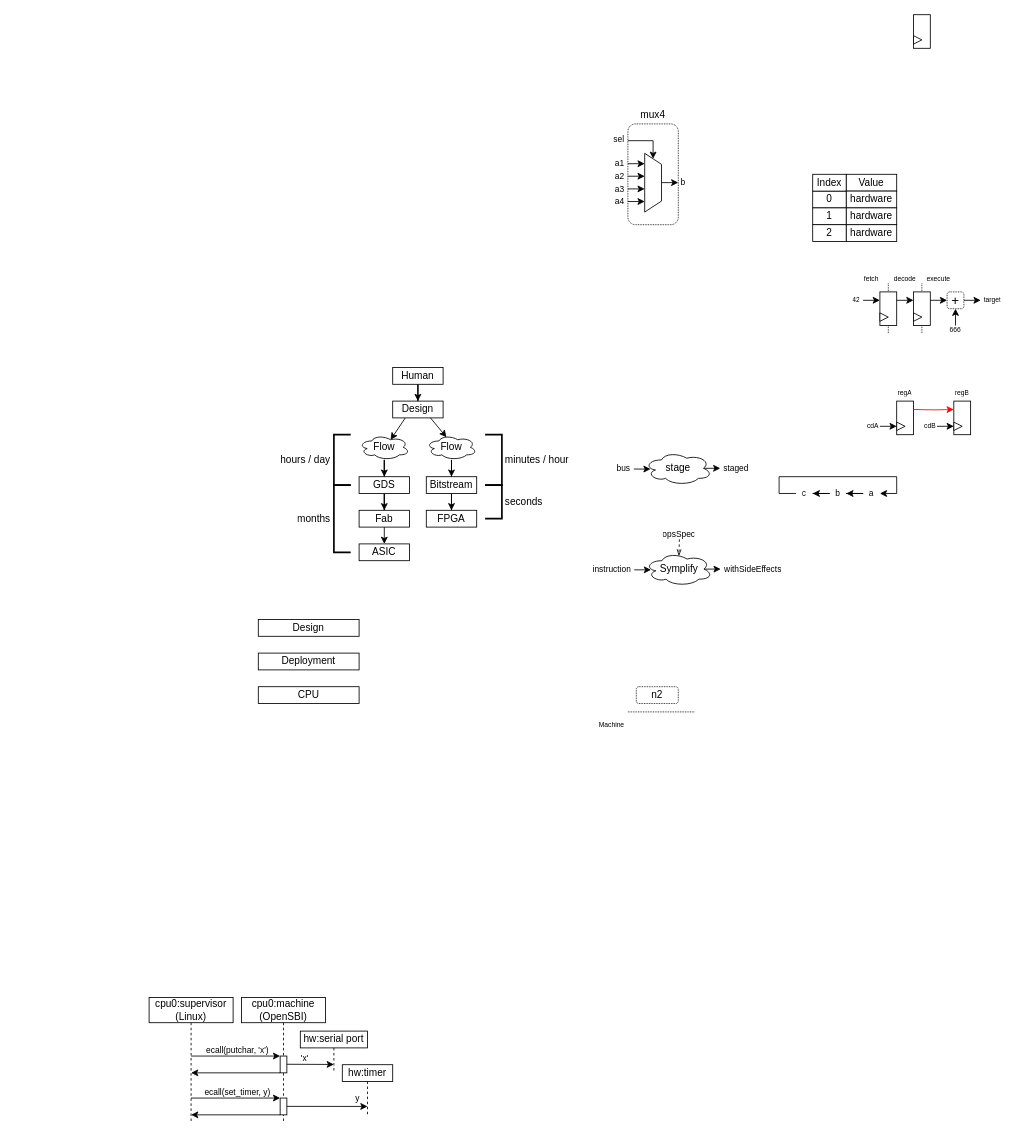
This is page "Page-4" (4 of 4) of asset/diagram.drawio from SpinalHDL/SpinalDoc, a draw.io file, before an edit. Source tidied: cells renumbered, new cells numbered last; positions are measured from the earlier drawing's top-left corner, leaving out a move shared by most shapes. Both pictures are drawn from the tidied source at 84%, with x=0, y=0 at pixel (149, 14).
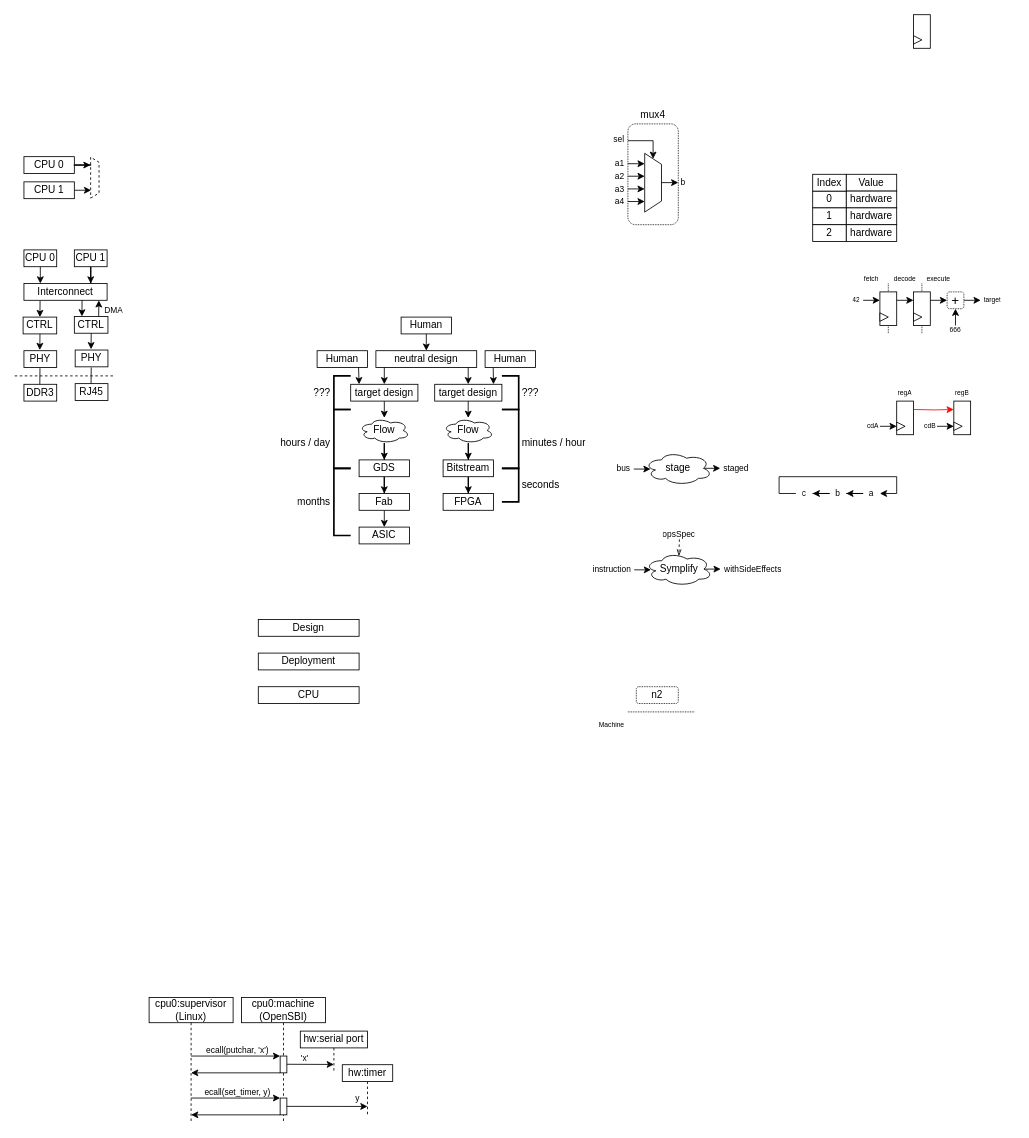
Above is the later version.

The edit, as a diff of the source:
```diff
@@
     <mxCell id="5" value="hours / day" style="text;strokeColor=none;fillColor=none;align=right;verticalAlign=middle;spacingLeft=4;spacingRight=4;overflow=hidden;dashed=1;html=1;fontSize=12;spacing=0;" parent="1" vertex="1">
-      <mxGeometry x="140" y="520" width="80" height="20" as="geometry" />
+      <mxGeometry x="140" y="500" width="80" height="20" as="geometry" />
     </mxCell>
@@
-    <mxCell id="68" style="rounded=0;jettySize=auto;html=1;entryX=0.625;entryY=0.2;entryDx=0;entryDy=0;entryPerimeter=0;exitX=0.25;exitY=1;exitDx=0;exitDy=0;" parent="1" edge="1" source="69" target="77">
-      <mxGeometry relative="1" as="geometry" />
-    </mxCell>
-    <mxCell id="69" value="&lt;font style=&quot;font-size: 12px&quot;&gt;Design&lt;/font&gt;" style="rounded=0;whiteSpace=wrap;html=1;fontSize=8;" parent="1" vertex="1">
-      <mxGeometry x="290" y="460" width="60" height="20" as="geometry" />
-    </mxCell>
-    <mxCell id="70" style="edgeStyle=orthogonalEdgeStyle;rounded=0;jettySize=auto;html=1;entryX=0.5;entryY=0;entryDx=0;entryDy=0;" parent="1" edge="1" source="71" target="69">
-      <mxGeometry relative="1" as="geometry" />
-    </mxCell>
-    <mxCell id="71" value="&lt;font style=&quot;font-size: 12px&quot;&gt;Human&lt;/font&gt;" style="rounded=0;whiteSpace=wrap;html=1;fontSize=8;" parent="1" vertex="1">
-      <mxGeometry x="290" y="420" width="60" height="20" as="geometry" />
-    </mxCell>
@@
     <mxCell id="73" value="&lt;font style=&quot;font-size: 12px&quot;&gt;GDS&lt;/font&gt;" style="rounded=0;whiteSpace=wrap;html=1;fontSize=8;" parent="1" vertex="1">
-      <mxGeometry x="250" y="550" width="60" height="20" as="geometry" />
+      <mxGeometry x="250" y="530" width="60" height="20" as="geometry" />
     </mxCell>
@@
     <mxCell id="75" value="&lt;font style=&quot;font-size: 12px&quot;&gt;Bitstream&lt;/font&gt;" style="rounded=0;whiteSpace=wrap;html=1;fontSize=8;" parent="1" vertex="1">
-      <mxGeometry x="330" y="550" width="60" height="20" as="geometry" />
+      <mxGeometry x="350" y="530" width="60" height="20" as="geometry" />
     </mxCell>
@@
     <mxCell id="77" value="Flow" style="ellipse;shape=cloud;whiteSpace=wrap;html=1;" parent="1" vertex="1">
-      <mxGeometry x="250" y="500" width="60" height="30" as="geometry" />
+      <mxGeometry x="250" y="480" width="60" height="30" as="geometry" />
     </mxCell>
@@
     <mxCell id="79" value="Flow" style="ellipse;shape=cloud;whiteSpace=wrap;html=1;" parent="1" vertex="1">
-      <mxGeometry x="330" y="500" width="60" height="30" as="geometry" />
+      <mxGeometry x="350" y="480" width="60" height="30" as="geometry" />
     </mxCell>
-    <mxCell id="80" style="rounded=0;jettySize=auto;html=1;entryX=0.4;entryY=0.1;entryDx=0;entryDy=0;entryPerimeter=0;exitX=0.75;exitY=1;exitDx=0;exitDy=0;" parent="1" edge="1" source="69" target="79">
-      <mxGeometry relative="1" as="geometry" />
-    </mxCell>
     <mxCell id="81" style="edgeStyle=orthogonalEdgeStyle;rounded=0;jettySize=auto;html=1;" parent="1" edge="1" source="82">
       <mxGeometry relative="1" as="geometry">
-        <mxPoint x="280" y="630" as="targetPoint" />
+        <mxPoint x="280" y="610" as="targetPoint" />
       </mxGeometry>
     </mxCell>
     <mxCell id="82" value="&lt;font style=&quot;font-size: 12px&quot;&gt;Fab&lt;/font&gt;" style="rounded=0;whiteSpace=wrap;html=1;fontSize=8;" parent="1" vertex="1">
-      <mxGeometry x="250" y="590" width="60" height="20" as="geometry" />
+      <mxGeometry x="250" y="570" width="60" height="20" as="geometry" />
     </mxCell>
     <mxCell id="83" value="&lt;font style=&quot;font-size: 12px&quot;&gt;ASIC&lt;/font&gt;" style="rounded=0;whiteSpace=wrap;html=1;fontSize=8;" parent="1" vertex="1">
-      <mxGeometry x="250" y="630" width="60" height="20" as="geometry" />
+      <mxGeometry x="250" y="610" width="60" height="20" as="geometry" />
     </mxCell>
     <mxCell id="84" value="&lt;font style=&quot;font-size: 12px&quot;&gt;FPGA&lt;/font&gt;" style="rounded=0;whiteSpace=wrap;html=1;fontSize=8;" parent="1" vertex="1">
-      <mxGeometry x="330" y="590" width="60" height="20" as="geometry" />
+      <mxGeometry x="350" y="570" width="60" height="20" as="geometry" />
     </mxCell>
     <mxCell id="85" style="strokeWidth=2;html=1;shape=mxgraph.flowchart.annotation_1;align=left;" parent="1" vertex="1">
-      <mxGeometry x="220" y="500" width="20" height="60" as="geometry" />
+      <mxGeometry x="220" y="470" width="20" height="70" as="geometry" />
     </mxCell>
     <mxCell id="86" style="strokeWidth=2;html=1;shape=mxgraph.flowchart.annotation_1;align=left;" parent="1" vertex="1">
-      <mxGeometry x="220" y="560" width="20" height="80" as="geometry" />
+      <mxGeometry x="220" y="540" width="20" height="80" as="geometry" />
     </mxCell>
     <mxCell id="87" value="months" style="text;strokeColor=none;fillColor=none;align=right;verticalAlign=middle;spacingLeft=4;spacingRight=4;overflow=hidden;dashed=1;html=1;fontSize=12;spacing=0;" parent="1" vertex="1">
-      <mxGeometry x="140" y="590" width="80" height="20" as="geometry" />
+      <mxGeometry x="140" y="570" width="80" height="20" as="geometry" />
     </mxCell>
     <mxCell id="88" style="strokeWidth=2;html=1;shape=mxgraph.flowchart.annotation_1;align=left;rotation=-180;" parent="1" vertex="1">
-      <mxGeometry x="400" y="500" width="20" height="60" as="geometry" />
+      <mxGeometry x="420" y="470" width="20" height="70" as="geometry" />
     </mxCell>
     <mxCell id="89" value="minutes / hour" style="text;strokeColor=none;fillColor=none;align=left;verticalAlign=middle;spacingLeft=4;spacingRight=4;overflow=hidden;dashed=1;html=1;fontSize=12;spacing=0;" parent="1" vertex="1">
-      <mxGeometry x="420" y="520" width="90" height="20" as="geometry" />
+      <mxGeometry x="440" y="500" width="90" height="20" as="geometry" />
     </mxCell>
     <mxCell id="90" style="strokeWidth=2;html=1;shape=mxgraph.flowchart.annotation_1;align=left;rotation=-180;" parent="1" vertex="1">
-      <mxGeometry x="400" y="560" width="20" height="40" as="geometry" />
+      <mxGeometry x="420" y="540" width="20" height="40" as="geometry" />
     </mxCell>
     <mxCell id="91" value="seconds" style="text;strokeColor=none;fillColor=none;align=left;verticalAlign=middle;spacingLeft=4;spacingRight=4;overflow=hidden;dashed=1;html=1;fontSize=12;spacing=0;" parent="1" vertex="1">
-      <mxGeometry x="420" y="570" width="90" height="20" as="geometry" />
+      <mxGeometry x="440" y="550" width="90" height="20" as="geometry" />
     </mxCell>
@@
+    <mxCell id="126" value="&lt;font style=&quot;font-size: 12px&quot;&gt;neutral design&lt;/font&gt;" style="rounded=0;whiteSpace=wrap;html=1;fontSize=8;" parent="1" vertex="1">
+      <mxGeometry x="270" y="400" width="120" height="20" as="geometry" />
+    </mxCell>
+    <mxCell id="127" style="edgeStyle=orthogonalEdgeStyle;rounded=0;jettySize=auto;html=1;entryX=0.5;entryY=0;entryDx=0;entryDy=0;" parent="1" edge="1" target="126">
+      <mxGeometry relative="1" as="geometry">
+        <mxPoint x="330" y="380" as="sourcePoint" />
+      </mxGeometry>
+    </mxCell>
+    <mxCell id="128" style="edgeStyle=orthogonalEdgeStyle;rounded=0;jettySize=auto;html=1;" parent="1" edge="1" source="129">
+      <mxGeometry relative="1" as="geometry">
+        <mxPoint x="280" y="480" as="targetPoint" />
+      </mxGeometry>
+    </mxCell>
+    <mxCell id="129" value="&lt;span style=&quot;font-size: 12px;&quot;&gt;target design&lt;/span&gt;" style="rounded=0;whiteSpace=wrap;html=1;fontSize=8;" parent="1" vertex="1">
+      <mxGeometry x="240" y="440" width="80" height="20" as="geometry" />
+    </mxCell>
+    <mxCell id="130" value="&lt;span style=&quot;font-size: 12px;&quot;&gt;target design&lt;/span&gt;" style="rounded=0;whiteSpace=wrap;html=1;fontSize=8;" parent="1" vertex="1">
+      <mxGeometry x="340" y="440" width="80" height="20" as="geometry" />
+    </mxCell>
+    <mxCell id="131" style="edgeStyle=orthogonalEdgeStyle;rounded=0;orthogonalLoop=1;jettySize=auto;html=1;" parent="1" edge="1">
+      <mxGeometry relative="1" as="geometry">
+        <mxPoint x="379.9" y="460" as="sourcePoint" />
+        <mxPoint x="379.9" y="480" as="targetPoint" />
+      </mxGeometry>
+    </mxCell>
+    <mxCell id="132" style="edgeStyle=orthogonalEdgeStyle;rounded=0;orthogonalLoop=1;jettySize=auto;html=1;" parent="1" edge="1">
+      <mxGeometry relative="1" as="geometry">
+        <mxPoint x="280" y="420" as="sourcePoint" />
+        <mxPoint x="280" y="440" as="targetPoint" />
+      </mxGeometry>
+    </mxCell>
+    <mxCell id="133" style="edgeStyle=orthogonalEdgeStyle;rounded=0;orthogonalLoop=1;jettySize=auto;html=1;" parent="1" edge="1">
+      <mxGeometry relative="1" as="geometry">
+        <mxPoint x="379.9" y="420" as="sourcePoint" />
+        <mxPoint x="379.9" y="440" as="targetPoint" />
+      </mxGeometry>
+    </mxCell>
+    <mxCell id="134" value="???" style="text;strokeColor=none;fillColor=none;align=right;verticalAlign=middle;spacingLeft=4;spacingRight=4;overflow=hidden;dashed=1;html=1;fontSize=12;spacing=0;" parent="1" vertex="1">
+      <mxGeometry x="140" y="440" width="80" height="20" as="geometry" />
+    </mxCell>
+    <mxCell id="135" style="strokeWidth=2;html=1;shape=mxgraph.flowchart.annotation_1;align=left;" parent="1" vertex="1">
+      <mxGeometry x="220" y="430" width="20" height="40" as="geometry" />
+    </mxCell>
+    <mxCell id="136" style="strokeWidth=2;html=1;shape=mxgraph.flowchart.annotation_1;align=left;rotation=-180;" parent="1" vertex="1">
+      <mxGeometry x="420" y="430" width="20" height="40" as="geometry" />
+    </mxCell>
+    <mxCell id="137" value="???" style="text;strokeColor=none;fillColor=none;align=left;verticalAlign=middle;spacingLeft=4;spacingRight=4;overflow=hidden;dashed=1;html=1;fontSize=12;spacing=0;" parent="1" vertex="1">
+      <mxGeometry x="440" y="440" width="90" height="20" as="geometry" />
+    </mxCell>
+    <mxCell id="138" style="edgeStyle=orthogonalEdgeStyle;rounded=0;jettySize=auto;html=1;exitX=0.161;exitY=1.017;exitDx=0;exitDy=0;exitPerimeter=0;entryX=0.875;entryY=0;entryDx=0;entryDy=0;entryPerimeter=0;" parent="1" edge="1" source="142" target="130">
+      <mxGeometry relative="1" as="geometry" />
+    </mxCell>
+    <mxCell id="139" style="edgeStyle=orthogonalEdgeStyle;rounded=0;jettySize=auto;html=1;exitX=0.822;exitY=0.933;exitDx=0;exitDy=0;exitPerimeter=0;entryX=0.125;entryY=0;entryDx=0;entryDy=0;entryPerimeter=0;" parent="1" edge="1" source="140" target="129">
+      <mxGeometry relative="1" as="geometry" />
+    </mxCell>
+    <mxCell id="140" value="&lt;font style=&quot;font-size: 12px&quot;&gt;Human&lt;/font&gt;" style="rounded=0;whiteSpace=wrap;html=1;fontSize=8;" parent="1" vertex="1">
+      <mxGeometry x="200" y="400" width="60" height="20" as="geometry" />
+    </mxCell>
+    <mxCell id="141" value="&lt;font style=&quot;font-size: 12px&quot;&gt;Human&lt;/font&gt;" style="rounded=0;whiteSpace=wrap;html=1;fontSize=8;" parent="1" vertex="1">
+      <mxGeometry x="300" y="360" width="60" height="20" as="geometry" />
+    </mxCell>
+    <mxCell id="142" value="&lt;font style=&quot;font-size: 12px&quot;&gt;Human&lt;/font&gt;" style="rounded=0;whiteSpace=wrap;html=1;fontSize=8;" parent="1" vertex="1">
+      <mxGeometry x="400" y="400" width="60" height="20" as="geometry" />
+    </mxCell>
+    <mxCell id="143" style="verticalLabelPosition=middle;verticalAlign=middle;html=1;shape=trapezoid;perimeter=trapezoidPerimeter;whiteSpace=wrap;size=0.125;arcSize=10;flipV=1;labelPosition=center;align=center;fontSize=8;rotation=-90;dashed=1;" parent="1" vertex="1">
+      <mxGeometry x="-89" y="189" width="48.8" height="10" as="geometry" />
+    </mxCell>
+    <mxCell id="144" value="CPU 0" style="rounded=0;whiteSpace=wrap;html=1;" parent="1" vertex="1">
+      <mxGeometry x="-149" y="169" width="60" height="20" as="geometry" />
+    </mxCell>
+    <mxCell id="145" style="edgeStyle=orthogonalEdgeStyle;rounded=0;jettySize=auto;html=1;entryX=0.174;entryY=0.925;entryDx=0;entryDy=0;entryPerimeter=0;" parent="1" edge="1" source="146" target="143">
+      <mxGeometry relative="1" as="geometry" />
+    </mxCell>
+    <mxCell id="146" value="CPU 1" style="rounded=0;whiteSpace=wrap;html=1;" parent="1" vertex="1">
+      <mxGeometry x="-149" y="199" width="60" height="20" as="geometry" />
+    </mxCell>
+    <mxCell id="147" style="edgeStyle=orthogonalEdgeStyle;rounded=0;jettySize=auto;html=1;entryX=0.808;entryY=1.011;entryDx=0;entryDy=0;entryPerimeter=0;" parent="1" edge="1" source="144" target="143">
+      <mxGeometry relative="1" as="geometry" />
+    </mxCell>
+    <mxCell id="148" style="edgeStyle=orthogonalEdgeStyle;rounded=0;jettySize=auto;html=1;entryX=0.202;entryY=0.042;entryDx=0;entryDy=0;entryPerimeter=0;" parent="1" edge="1" source="149" target="152">
+      <mxGeometry relative="1" as="geometry" />
+    </mxCell>
+    <mxCell id="149" value="CPU 0" style="rounded=0;whiteSpace=wrap;html=1;" parent="1" vertex="1">
+      <mxGeometry x="-149" y="280" width="39" height="20" as="geometry" />
+    </mxCell>
+    <mxCell id="150" style="edgeStyle=orthogonalEdgeStyle;rounded=0;jettySize=auto;html=1;entryX=0.803;entryY=0;entryDx=0;entryDy=0;entryPerimeter=0;" parent="1" edge="1" source="151" target="152">
+      <mxGeometry relative="1" as="geometry" />
+    </mxCell>
+    <mxCell id="151" value="CPU 1" style="rounded=0;whiteSpace=wrap;html=1;" parent="1" vertex="1">
+      <mxGeometry x="-89" y="280" width="39" height="20" as="geometry" />
+    </mxCell>
+    <mxCell id="152" value="&lt;font style=&quot;font-size: 12px&quot;&gt;Interconnect&lt;/font&gt;" style="rounded=0;whiteSpace=wrap;html=1;fontSize=8;" parent="1" vertex="1">
+      <mxGeometry x="-149" y="320" width="99" height="20" as="geometry" />
+    </mxCell>
+    <mxCell id="153" value="&lt;font style=&quot;font-size: 12px&quot;&gt;CTRL&lt;/font&gt;" style="rounded=0;whiteSpace=wrap;html=1;fontSize=8;" parent="1" vertex="1">
+      <mxGeometry x="-150" y="360" width="40" height="20" as="geometry" />
+    </mxCell>
+    <mxCell id="154" value="&lt;font style=&quot;font-size: 12px&quot;&gt;PHY&lt;/font&gt;" style="rounded=0;whiteSpace=wrap;html=1;fontSize=8;" parent="1" vertex="1">
+      <mxGeometry x="-149" y="400" width="39" height="20" as="geometry" />
+    </mxCell>
+    <mxCell id="155" value="&lt;font style=&quot;font-size: 12px&quot;&gt;DDR3&lt;/font&gt;" style="rounded=0;whiteSpace=wrap;html=1;fontSize=8;" parent="1" vertex="1">
+      <mxGeometry x="-149" y="440" width="39" height="20" as="geometry" />
+    </mxCell>
+    <mxCell id="156" style="edgeStyle=orthogonalEdgeStyle;rounded=0;jettySize=auto;html=1;entryX=0.5;entryY=0;entryDx=0;entryDy=0;exitX=0.194;exitY=1.042;exitDx=0;exitDy=0;exitPerimeter=0;" parent="1" edge="1" source="152" target="153">
+      <mxGeometry relative="1" as="geometry" />
+    </mxCell>
+    <mxCell id="157" style="edgeStyle=orthogonalEdgeStyle;rounded=0;orthogonalLoop=1;jettySize=auto;html=1;entryX=0.5;entryY=0;entryDx=0;entryDy=0;exitX=0.194;exitY=1.042;exitDx=0;exitDy=0;exitPerimeter=0;" parent="1" edge="1">
+      <mxGeometry relative="1" as="geometry">
+        <mxPoint x="-129.9" y="380" as="sourcePoint" />
+        <mxPoint x="-130.1" y="399.2" as="targetPoint" />
+      </mxGeometry>
+    </mxCell>
+    <mxCell id="158" style="edgeStyle=orthogonalEdgeStyle;rounded=0;orthogonalLoop=1;jettySize=auto;html=1;entryX=0.5;entryY=0;entryDx=0;entryDy=0;exitX=0.194;exitY=1.042;exitDx=0;exitDy=0;exitPerimeter=0;endArrow=none;endFill=0;" parent="1" edge="1">
+      <mxGeometry relative="1" as="geometry">
+        <mxPoint x="-129.9" y="420.8" as="sourcePoint" />
+        <mxPoint x="-130.1" y="440" as="targetPoint" />
+      </mxGeometry>
+    </mxCell>
+    <mxCell id="159" value="&lt;span style=&quot;font-size: 12px;&quot;&gt;CTRL&lt;/span&gt;" style="rounded=0;whiteSpace=wrap;html=1;fontSize=8;" parent="1" vertex="1">
+      <mxGeometry x="-89" y="359.2" width="40" height="20" as="geometry" />
+    </mxCell>
+    <mxCell id="160" value="&lt;font style=&quot;font-size: 12px&quot;&gt;PHY&lt;/font&gt;" style="rounded=0;whiteSpace=wrap;html=1;fontSize=8;" parent="1" vertex="1">
+      <mxGeometry x="-88" y="399.2" width="39" height="20" as="geometry" />
+    </mxCell>
+    <mxCell id="161" value="&lt;font style=&quot;font-size: 12px&quot;&gt;RJ45&lt;/font&gt;" style="rounded=0;whiteSpace=wrap;html=1;fontSize=8;" parent="1" vertex="1">
+      <mxGeometry x="-88" y="439.2" width="39" height="20" as="geometry" />
+    </mxCell>
+    <mxCell id="162" style="edgeStyle=orthogonalEdgeStyle;rounded=0;orthogonalLoop=1;jettySize=auto;html=1;entryX=0.5;entryY=0;entryDx=0;entryDy=0;exitX=0.194;exitY=1.042;exitDx=0;exitDy=0;exitPerimeter=0;" parent="1" edge="1">
+      <mxGeometry relative="1" as="geometry">
+        <mxPoint x="-79.8" y="340" as="sourcePoint" />
+        <mxPoint x="-80" y="359.2" as="targetPoint" />
+      </mxGeometry>
+    </mxCell>
+    <mxCell id="163" style="edgeStyle=orthogonalEdgeStyle;rounded=0;orthogonalLoop=1;jettySize=auto;html=1;entryX=0.5;entryY=0;entryDx=0;entryDy=0;exitX=0.194;exitY=1.042;exitDx=0;exitDy=0;exitPerimeter=0;" parent="1" edge="1">
+      <mxGeometry relative="1" as="geometry">
+        <mxPoint x="-68.9" y="379.2" as="sourcePoint" />
+        <mxPoint x="-69.1" y="398.3" as="targetPoint" />
+      </mxGeometry>
+    </mxCell>
+    <mxCell id="164" style="edgeStyle=orthogonalEdgeStyle;rounded=0;orthogonalLoop=1;jettySize=auto;html=1;entryX=0.5;entryY=0;entryDx=0;entryDy=0;exitX=0.194;exitY=1.042;exitDx=0;exitDy=0;exitPerimeter=0;endArrow=none;endFill=0;" parent="1" edge="1">
+      <mxGeometry relative="1" as="geometry">
+        <mxPoint x="-68.9" y="420" as="sourcePoint" />
+        <mxPoint x="-69.1" y="439.2" as="targetPoint" />
+      </mxGeometry>
+    </mxCell>
+    <mxCell id="165" style="edgeStyle=orthogonalEdgeStyle;rounded=0;orthogonalLoop=1;jettySize=auto;html=1;dashed=1;endArrow=none;endFill=0;" parent="1" edge="1">
+      <mxGeometry relative="1" as="geometry">
+        <mxPoint x="-160" y="430" as="sourcePoint" />
+        <mxPoint x="-40" y="430" as="targetPoint" />
+      </mxGeometry>
+    </mxCell>
+    <mxCell id="166" style="edgeStyle=orthogonalEdgeStyle;rounded=0;orthogonalLoop=1;jettySize=auto;html=1;entryX=0.5;entryY=0;entryDx=0;entryDy=0;exitX=0.194;exitY=1.042;exitDx=0;exitDy=0;exitPerimeter=0;endArrow=none;endFill=0;startArrow=classic;startFill=1;" parent="1" edge="1">
+      <mxGeometry relative="1" as="geometry">
+        <mxPoint x="-59.8" y="340" as="sourcePoint" />
+        <mxPoint x="-60" y="359.2" as="targetPoint" />
+      </mxGeometry>
+    </mxCell>
+    <mxCell id="167" value="DMA" style="text;strokeColor=none;fillColor=none;align=left;verticalAlign=middle;spacingLeft=4;spacingRight=4;overflow=hidden;dashed=1;html=1;fontSize=10;spacing=0;" parent="1" vertex="1">
+      <mxGeometry x="-57" y="342.2" width="44.6" height="20" as="geometry" />
+    </mxCell>
```
